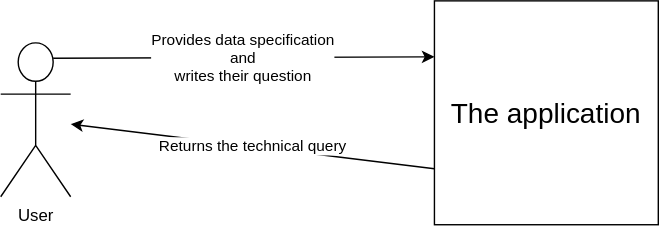
This is application-inputs-and-output.svg from Kwantigon/research-project, a draw.io export, as it was before one commit. Source tidied: cells renumbered, new cells last; positions are measured from the earlier drawing's top-left corner, leaving out a move shared by most shapes.
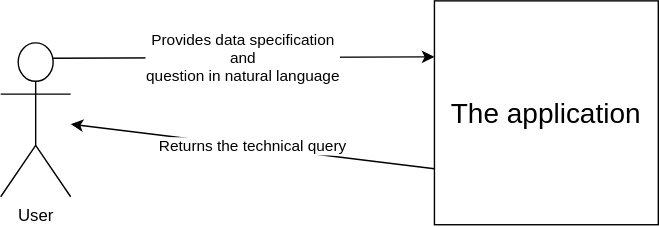
After the commit.

The edit, as a diff of the source:
```diff
@@ -8,7 +8,7 @@
     <mxCell id="3" value="&lt;font style=&quot;font-size: 20px;&quot;&gt;The application&lt;/font&gt;" style="whiteSpace=wrap;html=1;" parent="1" vertex="1">
       <mxGeometry x="310" width="160" height="160" as="geometry" />
     </mxCell>
-    <mxCell id="4" value="Provides data specification&lt;div&gt;and&lt;/div&gt;&lt;div&gt;writes their question&lt;/div&gt;" style="endArrow=classic;html=1;rounded=0;entryX=0;entryY=0.25;entryDx=0;entryDy=0;exitX=0.75;exitY=0.1;exitDx=0;exitDy=0;exitPerimeter=0;" parent="1" edge="1" source="2" target="3">
+    <mxCell id="4" value="Provides data specification&lt;div&gt;and&lt;/div&gt;&lt;div&gt;question in natural language&lt;/div&gt;" style="endArrow=classic;html=1;rounded=0;entryX=0;entryY=0.25;entryDx=0;entryDy=0;exitX=0.75;exitY=0.1;exitDx=0;exitDy=0;exitPerimeter=0;" parent="1" edge="1" source="2" target="3">
       <mxGeometry relative="1" as="geometry" />
     </mxCell>
     <mxCell id="5" value="Returns the technical query" style="endArrow=classic;html=1;rounded=0;exitX=0;exitY=0.75;exitDx=0;exitDy=0;" parent="1" edge="1" source="3" target="2">
```
